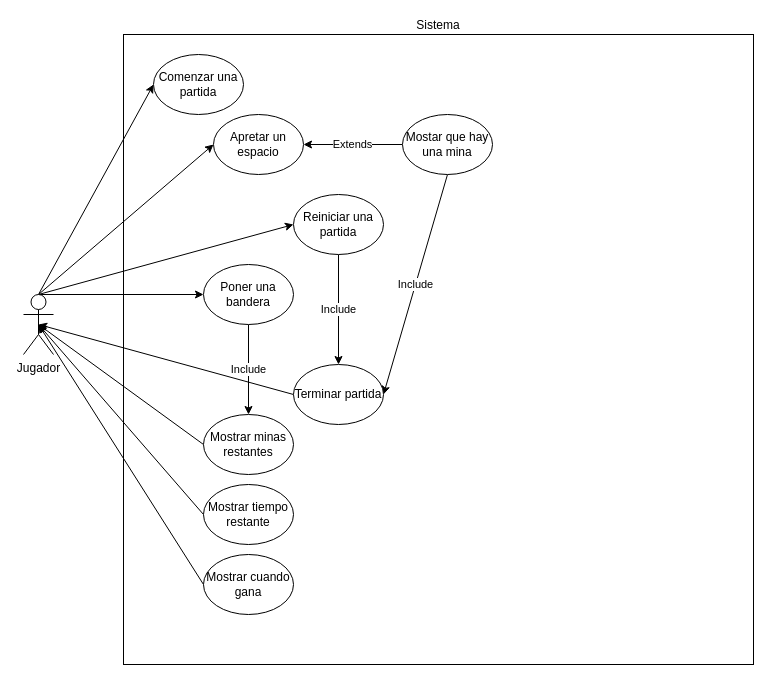
This is DiagramaCasosDeUso.drawio from RenatoAtencio/ProyectoArquitecturaDeSoftware, a draw.io file, before an edit. Source tidied: cells renumbered, new cells numbered last; positions are measured from the earlier drawing's top-left corner, leaving out a move shared by most shapes. Both pictures are drawn from the tidied source at 100%, with x=0, y=0 at pixel (23, 34).
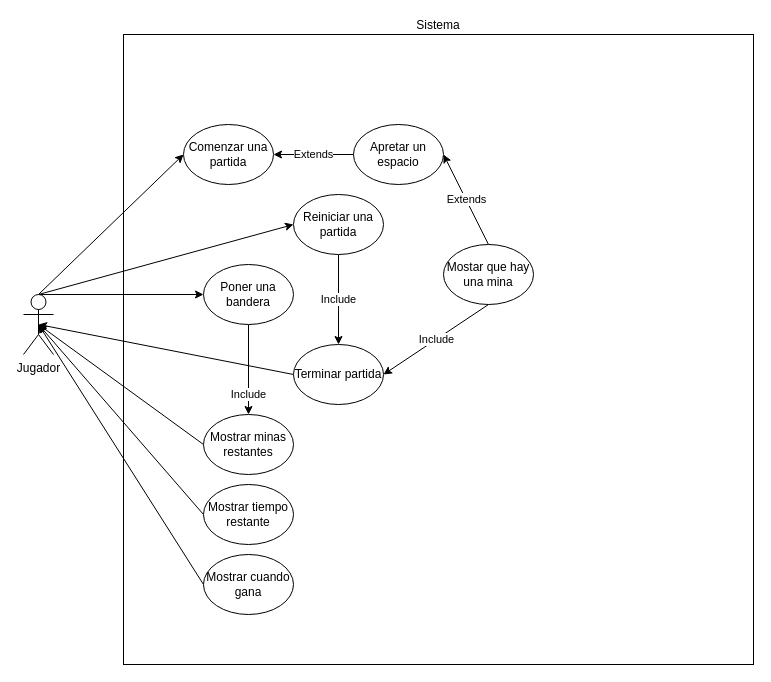
Above is the later version.

The change refers to these unchanged cells:
```xml
<mxCell id="7" value="Jugador" style="shape=umlActor;verticalLabelPosition=bottom;verticalAlign=top;html=1;outlineConnect=0;" parent="1" vertex="1">
  <mxGeometry y="260" width="30" height="60" as="geometry" />
</mxCell>
<mxCell id="13" value="Poner una bandera" style="ellipse;whiteSpace=wrap;html=1;" parent="1" vertex="1">
  <mxGeometry x="180" y="230" width="90" height="60" as="geometry" />
</mxCell>
<mxCell id="20" value="Mostrar minas restantes" style="ellipse;whiteSpace=wrap;html=1;" parent="1" vertex="1">
  <mxGeometry x="180" y="380" width="90" height="60" as="geometry" />
</mxCell>
```

Change to the diagram source:
```diff
@@
-    <mxCell id="6" style="edgeStyle=none;html=1;exitX=0.5;exitY=0;exitDx=0;exitDy=0;exitPerimeter=0;entryX=0;entryY=0.5;entryDx=0;entryDy=0;" parent="1" edge="1" source="7" target="11">
-      <mxGeometry relative="1" as="geometry" />
-    </mxCell>
@@
     <mxCell id="8" value="Comenzar una partida" style="ellipse;whiteSpace=wrap;html=1;" parent="1" vertex="1">
-      <mxGeometry x="130" y="20" width="90" height="60" as="geometry" />
+      <mxGeometry x="160" y="90" width="90" height="60" as="geometry" />
     </mxCell>
@@
+    <mxCell id="25" value="Extends" style="edgeStyle=none;html=1;exitX=0;exitY=0.5;exitDx=0;exitDy=0;entryX=1;entryY=0.5;entryDx=0;entryDy=0;" parent="1" edge="1" source="11" target="8">
+      <mxGeometry relative="1" as="geometry" />
+    </mxCell>
     <mxCell id="11" value="Apretar un espacio" style="ellipse;whiteSpace=wrap;html=1;" parent="1" vertex="1">
-      <mxGeometry x="190" y="80" width="90" height="60" as="geometry" />
+      <mxGeometry x="330" y="90" width="90" height="60" as="geometry" />
     </mxCell>
     <mxCell id="12" value="Include" style="edgeStyle=none;html=1;exitX=0.5;exitY=1;exitDx=0;exitDy=0;entryX=0.5;entryY=0;entryDx=0;entryDy=0;" parent="1" edge="1" source="13" target="20">
-      <mxGeometry relative="1" as="geometry" />
+      <mxGeometry x="0.56" relative="1" as="geometry" />
     </mxCell>
@@
-    <mxCell id="15" value="Extends" style="edgeStyle=none;html=1;exitX=0;exitY=0.5;exitDx=0;exitDy=0;entryX=1;entryY=0.5;entryDx=0;entryDy=0;" parent="1" edge="1" source="16" target="11">
+    <mxCell id="15" value="Extends" style="edgeStyle=none;html=1;exitX=0.5;exitY=0;exitDx=0;exitDy=0;entryX=1;entryY=0.5;entryDx=0;entryDy=0;" parent="1" edge="1" source="16" target="11">
       <mxGeometry relative="1" as="geometry" />
     </mxCell>
     <mxCell id="16" value="Mostar que hay una mina" style="ellipse;whiteSpace=wrap;html=1;" parent="1" vertex="1">
-      <mxGeometry x="379" y="80" width="90" height="60" as="geometry" />
+      <mxGeometry x="420" y="210" width="90" height="60" as="geometry" />
     </mxCell>
@@
     <mxCell id="18" value="Terminar partida" style="ellipse;whiteSpace=wrap;html=1;" parent="1" vertex="1">
-      <mxGeometry x="270" y="330" width="90" height="60" as="geometry" />
+      <mxGeometry x="270" y="310" width="90" height="60" as="geometry" />
     </mxCell>
```
